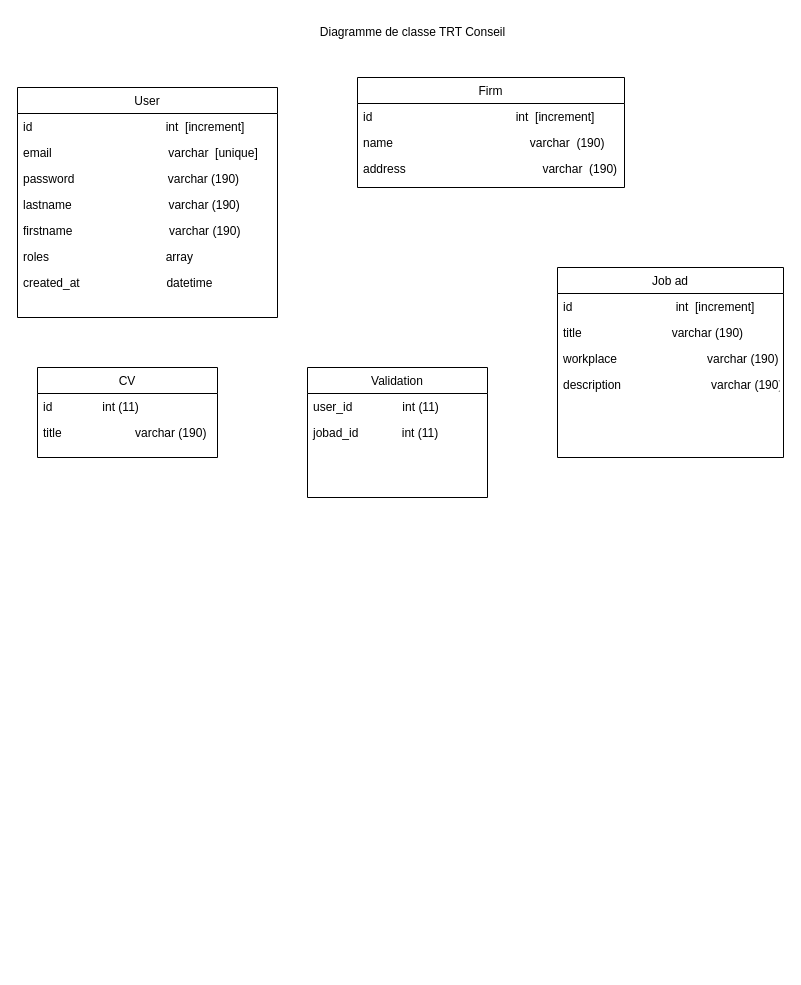
The draw.io diagram TRT Conseil/diag_de_classe_trt.drawio in cyrisa02/diagrammes-UML, before the edit. Source tidied: cells renumbered, new cells numbered last; positions are measured from the earlier drawing's top-left corner, leaving out a move shared by most shapes. Both pictures are drawn from the tidied source at 100%, with x=0, y=0 at pixel (17, 17).
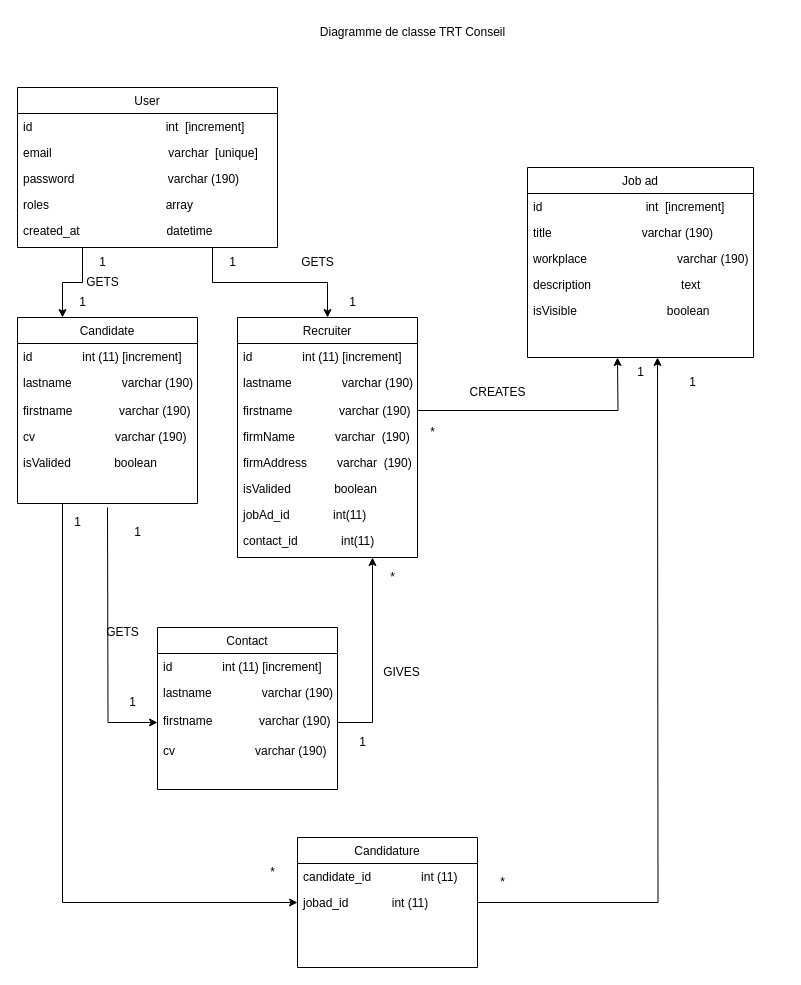
The same diagram, later.

What changed in the source:
```diff
@@
+    <mxCell id="26" style="edgeStyle=orthogonalEdgeStyle;rounded=0;jettySize=auto;html=1;exitX=0.25;exitY=1;exitDx=0;exitDy=0;entryX=0.25;entryY=0;entryDx=0;entryDy=0;" parent="1" edge="1" source="2" target="20">
+      <mxGeometry relative="1" as="geometry" />
+    </mxCell>
+    <mxCell id="27" style="edgeStyle=orthogonalEdgeStyle;rounded=0;jettySize=auto;html=1;exitX=0.75;exitY=1;exitDx=0;exitDy=0;entryX=0.5;entryY=0;entryDx=0;entryDy=0;" parent="1" edge="1" source="2" target="33">
+      <mxGeometry relative="1" as="geometry" />
+    </mxCell>
     <mxCell id="2" value="User" style="swimlane;fontStyle=0;align=center;verticalAlign=top;horizontal=1;startSize=26;rounded=0;shadow=0;strokeWidth=1;" parent="1" vertex="1">
-      <mxGeometry y="70" width="260" height="230" as="geometry" />
+      <mxGeometry y="70" width="260" height="160" as="geometry" />
     </mxCell>
@@
-    <mxCell id="6" value="lastname                             varchar (190)" style="text;align=left;verticalAlign=top;spacingLeft=4;spacingRight=4;overflow=hidden;" parent="2" vertex="1">
-      <mxGeometry y="104" width="260" height="26" as="geometry" />
-    </mxCell>
-    <mxCell id="7" value="firstname                             varchar (190)" style="text;align=left;verticalAlign=top;spacingLeft=4;spacingRight=4;overflow=hidden;" parent="2" vertex="1">
-      <mxGeometry y="130" width="260" height="26" as="geometry" />
-    </mxCell>
     <mxCell id="8" value="roles                                   array" style="text;align=left;verticalAlign=top;spacingLeft=4;spacingRight=4;overflow=hidden;" parent="2" vertex="1">
-      <mxGeometry y="156" width="260" height="26" as="geometry" />
+      <mxGeometry y="104" width="260" height="26" as="geometry" />
     </mxCell>
     <mxCell id="9" value="created_at                          datetime" style="text;align=left;verticalAlign=top;spacingLeft=4;spacingRight=4;overflow=hidden;" parent="2" vertex="1">
-      <mxGeometry y="182" width="260" height="26" as="geometry" />
+      <mxGeometry y="130" width="260" height="26" as="geometry" />
     </mxCell>
-    <mxCell id="10" value="Firm" style="swimlane;fontStyle=0;align=center;verticalAlign=top;horizontal=1;startSize=26;rounded=0;shadow=0;strokeWidth=1;" parent="1" vertex="1">
-      <mxGeometry x="340" y="60" width="267" height="110" as="geometry" />
-    </mxCell>
-    <mxCell id="11" value="id                                           int  [increment]" style="text;align=left;verticalAlign=top;spacingLeft=4;spacingRight=4;overflow=hidden;" parent="10" vertex="1">
-      <mxGeometry y="26" width="267" height="26" as="geometry" />
-    </mxCell>
-    <mxCell id="12" value="name                                         varchar  (190)" style="text;align=left;verticalAlign=top;spacingLeft=4;spacingRight=4;overflow=hidden;" parent="10" vertex="1">
-      <mxGeometry y="52" width="267" height="26" as="geometry" />
-    </mxCell>
-    <mxCell id="13" value="address                                         varchar  (190)" style="text;align=left;verticalAlign=top;spacingLeft=4;spacingRight=4;overflow=hidden;" parent="10" vertex="1">
-      <mxGeometry y="78" width="267" height="26" as="geometry" />
-    </mxCell>
     <mxCell id="14" value="Job ad" style="swimlane;fontStyle=0;align=center;verticalAlign=top;horizontal=1;startSize=26;rounded=0;shadow=0;strokeWidth=1;" parent="1" vertex="1">
-      <mxGeometry x="540" y="250" width="226" height="190" as="geometry" />
+      <mxGeometry x="510" y="150" width="226" height="190" as="geometry" />
     </mxCell>
@@
-    <mxCell id="18" value="description                           varchar (190)" style="text;align=left;verticalAlign=top;spacingLeft=4;spacingRight=4;overflow=hidden;" parent="14" vertex="1">
+    <mxCell id="18" value="description                           text" style="text;align=left;verticalAlign=top;spacingLeft=4;spacingRight=4;overflow=hidden;" parent="14" vertex="1">
       <mxGeometry y="104" width="226" height="26" as="geometry" />
     </mxCell>
+    <mxCell id="28" value="isVisible                           boolean" style="text;align=left;verticalAlign=top;spacingLeft=4;spacingRight=4;overflow=hidden;" parent="14" vertex="1">
+      <mxGeometry y="130" width="226" height="26" as="geometry" />
+    </mxCell>
@@
+    <mxCell id="29" style="edgeStyle=orthogonalEdgeStyle;rounded=0;jettySize=auto;html=1;entryX=0;entryY=0.5;entryDx=0;entryDy=0;fontSize=36;" parent="1" edge="1" target="43">
+      <mxGeometry relative="1" as="geometry">
+        <mxPoint x="90" y="490" as="sourcePoint" />
+      </mxGeometry>
+    </mxCell>
+    <mxCell id="30" style="edgeStyle=orthogonalEdgeStyle;rounded=0;jettySize=auto;html=1;exitX=0.25;exitY=1;exitDx=0;exitDy=0;fontSize=36;entryX=0;entryY=0.5;entryDx=0;entryDy=0;" parent="1" edge="1" source="20" target="25">
+      <mxGeometry relative="1" as="geometry" />
+    </mxCell>
-    <mxCell id="20" value="CV" style="swimlane;fontStyle=0;align=center;verticalAlign=top;horizontal=1;startSize=26;rounded=0;shadow=0;strokeWidth=1;" parent="1" vertex="1">
-      <mxGeometry x="20" y="350" width="180" height="90" as="geometry" />
+    <mxCell id="20" value="Candidate" style="swimlane;fontStyle=0;align=center;verticalAlign=top;horizontal=1;startSize=26;rounded=0;shadow=0;strokeWidth=1;" parent="1" vertex="1">
+      <mxGeometry y="300" width="180" height="186" as="geometry" />
     </mxCell>
-    <mxCell id="21" value="id               int (11)" style="text;align=left;verticalAlign=top;spacingLeft=4;spacingRight=4;overflow=hidden;" parent="20" vertex="1">
+    <mxCell id="21" value="id               int (11) [increment]" style="text;align=left;verticalAlign=top;spacingLeft=4;spacingRight=4;overflow=hidden;" parent="20" vertex="1">
       <mxGeometry y="26" width="180" height="26" as="geometry" />
     </mxCell>
-    <mxCell id="22" value="title                      varchar (190)" style="text;align=left;verticalAlign=top;spacingLeft=4;spacingRight=4;overflow=hidden;" parent="20" vertex="1">
-      <mxGeometry y="52" width="180" height="26" as="geometry" />
-    </mxCell>
-    <mxCell id="23" value="Validation" style="swimlane;fontStyle=0;align=center;verticalAlign=top;horizontal=1;startSize=26;rounded=0;shadow=0;strokeWidth=1;" parent="1" vertex="1">
-      <mxGeometry x="290" y="350" width="180" height="130" as="geometry" />
-    </mxCell>
-    <mxCell id="24" value="user_id               int (11)" style="text;align=left;verticalAlign=top;spacingLeft=4;spacingRight=4;overflow=hidden;" parent="23" vertex="1">
-      <mxGeometry y="26" width="180" height="26" as="geometry" />
-    </mxCell>
+    <mxCell id="6" value="lastname               varchar (190)" style="text;align=left;verticalAlign=top;spacingLeft=4;spacingRight=4;overflow=hidden;" parent="20" vertex="1">
+      <mxGeometry y="52" width="180" height="28" as="geometry" />
+    </mxCell>
+    <mxCell id="7" value="firstname              varchar (190)" style="text;align=left;verticalAlign=top;spacingLeft=4;spacingRight=4;overflow=hidden;" parent="20" vertex="1">
+      <mxGeometry y="80" width="180" height="26" as="geometry" />
+    </mxCell>
+    <mxCell id="31" value="cv                        varchar (190)" style="text;align=left;verticalAlign=top;spacingLeft=4;spacingRight=4;overflow=hidden;" parent="20" vertex="1">
+      <mxGeometry y="106" width="180" height="26" as="geometry" />
+    </mxCell>
+    <mxCell id="32" value="isValided             boolean" style="text;align=left;verticalAlign=top;spacingLeft=4;spacingRight=4;overflow=hidden;" parent="20" vertex="1">
+      <mxGeometry y="132" width="180" height="26" as="geometry" />
+    </mxCell>
+    <mxCell id="33" value="Recruiter" style="swimlane;fontStyle=0;align=center;verticalAlign=top;horizontal=1;startSize=26;rounded=0;shadow=0;strokeWidth=1;" parent="1" vertex="1">
+      <mxGeometry x="220" y="300" width="180" height="240" as="geometry" />
+    </mxCell>
+    <mxCell id="34" value="id               int (11) [increment]" style="text;align=left;verticalAlign=top;spacingLeft=4;spacingRight=4;overflow=hidden;" parent="33" vertex="1">
+      <mxGeometry y="26" width="180" height="26" as="geometry" />
+    </mxCell>
+    <mxCell id="35" value="lastname               varchar (190)" style="text;align=left;verticalAlign=top;spacingLeft=4;spacingRight=4;overflow=hidden;" parent="33" vertex="1">
+      <mxGeometry y="52" width="180" height="28" as="geometry" />
+    </mxCell>
+    <mxCell id="36" value="firstname              varchar (190)" style="text;align=left;verticalAlign=top;spacingLeft=4;spacingRight=4;overflow=hidden;points=[[0,0.5],[1,0.5]];portConstraint=eastwest;" parent="33" vertex="1">
+      <mxGeometry y="80" width="180" height="26" as="geometry" />
+    </mxCell>
+    <mxCell id="12" value="firmName            varchar  (190)" style="text;align=left;verticalAlign=top;spacingLeft=4;spacingRight=4;overflow=hidden;" parent="33" vertex="1">
+      <mxGeometry y="106" width="180" height="26" as="geometry" />
+    </mxCell>
+    <mxCell id="13" value="firmAddress         varchar  (190)" style="text;align=left;verticalAlign=top;spacingLeft=4;spacingRight=4;overflow=hidden;" parent="33" vertex="1">
+      <mxGeometry y="132" width="180" height="26" as="geometry" />
+    </mxCell>
+    <mxCell id="37" value="isValided             boolean" style="text;align=left;verticalAlign=top;spacingLeft=4;spacingRight=4;overflow=hidden;" parent="33" vertex="1">
+      <mxGeometry y="158" width="180" height="26" as="geometry" />
+    </mxCell>
+    <mxCell id="38" value="jobAd_id             int(11)" style="text;align=left;verticalAlign=top;spacingLeft=4;spacingRight=4;overflow=hidden;" parent="33" vertex="1">
+      <mxGeometry y="184" width="180" height="26" as="geometry" />
+    </mxCell>
+    <mxCell id="39" value="contact_id             int(11)" style="text;align=left;verticalAlign=top;spacingLeft=4;spacingRight=4;overflow=hidden;" parent="33" vertex="1">
+      <mxGeometry y="210" width="180" height="26" as="geometry" />
+    </mxCell>
+    <mxCell id="40" value="Contact" style="swimlane;fontStyle=0;align=center;verticalAlign=top;horizontal=1;startSize=26;rounded=0;shadow=0;strokeWidth=1;" parent="1" vertex="1">
+      <mxGeometry x="140" y="610" width="180" height="162" as="geometry" />
+    </mxCell>
+    <mxCell id="41" value="id               int (11) [increment]" style="text;align=left;verticalAlign=top;spacingLeft=4;spacingRight=4;overflow=hidden;" parent="40" vertex="1">
+      <mxGeometry y="26" width="180" height="26" as="geometry" />
+    </mxCell>
+    <mxCell id="42" value="lastname               varchar (190)" style="text;align=left;verticalAlign=top;spacingLeft=4;spacingRight=4;overflow=hidden;" parent="40" vertex="1">
+      <mxGeometry y="52" width="180" height="28" as="geometry" />
+    </mxCell>
+    <mxCell id="43" value="firstname              varchar (190)" style="text;align=left;verticalAlign=top;spacingLeft=4;spacingRight=4;overflow=hidden;points=[[0,0.5],[1,0.5]];portConstraint=eastwest;" parent="40" vertex="1">
+      <mxGeometry y="80" width="180" height="30" as="geometry" />
+    </mxCell>
+    <mxCell id="44" value="cv                        varchar (190)" style="text;align=left;verticalAlign=top;spacingLeft=4;spacingRight=4;overflow=hidden;" parent="40" vertex="1">
+      <mxGeometry y="110" width="180" height="26" as="geometry" />
+    </mxCell>
+    <mxCell id="45" value="1" style="text;html=1;align=center;verticalAlign=middle;fillColor=none;strokeColor=none;rounded=0;" parent="1" vertex="1">
+      <mxGeometry x="50" y="270" width="30" height="30" as="geometry" />
+    </mxCell>
+    <mxCell id="46" value="1" style="text;html=1;align=center;verticalAlign=middle;fillColor=none;strokeColor=none;rounded=0;" parent="1" vertex="1">
+      <mxGeometry x="200" y="230" width="30" height="30" as="geometry" />
+    </mxCell>
+    <mxCell id="47" value="1" style="text;html=1;align=center;verticalAlign=middle;fillColor=none;strokeColor=none;rounded=0;" parent="1" vertex="1">
+      <mxGeometry x="70" y="230" width="30" height="30" as="geometry" />
+    </mxCell>
+    <mxCell id="48" value="1" style="text;html=1;align=center;verticalAlign=middle;fillColor=none;strokeColor=none;rounded=0;" parent="1" vertex="1">
+      <mxGeometry x="320" y="270" width="30" height="30" as="geometry" />
+    </mxCell>
+    <mxCell id="49" style="edgeStyle=orthogonalEdgeStyle;rounded=0;jettySize=auto;html=1;exitX=1;exitY=0.5;exitDx=0;exitDy=0;fontSize=36;" parent="1" edge="1" source="36">
+      <mxGeometry relative="1" as="geometry">
+        <mxPoint x="600" y="340" as="targetPoint" />
+      </mxGeometry>
+    </mxCell>
+    <mxCell id="50" value="1" style="text;html=1;align=center;verticalAlign=middle;fillColor=none;strokeColor=none;rounded=0;" parent="1" vertex="1">
+      <mxGeometry x="608" y="340" width="30" height="30" as="geometry" />
+    </mxCell>
+    <mxCell id="51" value="*" style="text;html=1;align=center;verticalAlign=middle;fillColor=none;strokeColor=none;rounded=0;" parent="1" vertex="1">
+      <mxGeometry x="400" y="400" width="30" height="30" as="geometry" />
+    </mxCell>
+    <mxCell id="52" value="1" style="text;html=1;align=center;verticalAlign=middle;fillColor=none;strokeColor=none;rounded=0;" parent="1" vertex="1">
+      <mxGeometry x="105" y="500" width="30" height="30" as="geometry" />
+    </mxCell>
+    <mxCell id="53" value="1" style="text;html=1;align=center;verticalAlign=middle;fillColor=none;strokeColor=none;rounded=0;" parent="1" vertex="1">
+      <mxGeometry x="100" y="670" width="30" height="30" as="geometry" />
+    </mxCell>
+    <mxCell id="54" style="edgeStyle=orthogonalEdgeStyle;rounded=0;jettySize=auto;html=1;exitX=1;exitY=0.5;exitDx=0;exitDy=0;entryX=0.75;entryY=1;entryDx=0;entryDy=0;fontSize=36;" parent="1" edge="1" source="43" target="33">
+      <mxGeometry relative="1" as="geometry" />
+    </mxCell>
+    <mxCell id="55" value="1" style="text;html=1;align=center;verticalAlign=middle;fillColor=none;strokeColor=none;rounded=0;" parent="1" vertex="1">
+      <mxGeometry x="330" y="710" width="30" height="30" as="geometry" />
+    </mxCell>
+    <mxCell id="56" value="*" style="text;html=1;align=center;verticalAlign=middle;fillColor=none;strokeColor=none;rounded=0;" parent="1" vertex="1">
+      <mxGeometry x="360" y="545" width="30" height="30" as="geometry" />
+    </mxCell>
+    <mxCell id="57" value="Candidature" style="swimlane;fontStyle=0;align=center;verticalAlign=top;horizontal=1;startSize=26;rounded=0;shadow=0;strokeWidth=1;" parent="1" vertex="1">
+      <mxGeometry x="280" y="820" width="180" height="130" as="geometry" />
+    </mxCell>
+    <mxCell id="58" value="candidate_id               int (11)" style="text;align=left;verticalAlign=top;spacingLeft=4;spacingRight=4;overflow=hidden;" parent="57" vertex="1">
+      <mxGeometry y="26" width="180" height="26" as="geometry" />
+    </mxCell>
-    <mxCell id="25" value="jobad_id             int (11)" style="text;align=left;verticalAlign=top;spacingLeft=4;spacingRight=4;overflow=hidden;points=[[0,0.5],[1,0.5]];portConstraint=eastwest;" parent="23" vertex="1">
+    <mxCell id="25" value="jobad_id             int (11)" style="text;align=left;verticalAlign=top;spacingLeft=4;spacingRight=4;overflow=hidden;points=[[0,0.5],[1,0.5]];portConstraint=eastwest;" parent="57" vertex="1">
       <mxGeometry y="52" width="180" height="26" as="geometry" />
     </mxCell>
+    <mxCell id="59" style="edgeStyle=orthogonalEdgeStyle;rounded=0;jettySize=auto;html=1;exitX=1;exitY=0.5;exitDx=0;exitDy=0;fontSize=36;" parent="1" edge="1" source="25">
+      <mxGeometry relative="1" as="geometry">
+        <mxPoint x="640" y="340" as="targetPoint" />
+      </mxGeometry>
+    </mxCell>
+    <mxCell id="60" value="GETS" style="text;html=1;align=center;verticalAlign=middle;fillColor=none;strokeColor=none;rounded=0;" parent="1" vertex="1">
+      <mxGeometry x="55" y="250" width="60" height="30" as="geometry" />
+    </mxCell>
+    <mxCell id="61" value="GETS" style="text;html=1;align=center;verticalAlign=middle;fillColor=none;strokeColor=none;rounded=0;" parent="1" vertex="1">
+      <mxGeometry x="270" y="230" width="60" height="30" as="geometry" />
+    </mxCell>
+    <mxCell id="62" value="CREATES" style="text;html=1;align=center;verticalAlign=middle;fillColor=none;strokeColor=none;rounded=0;" parent="1" vertex="1">
+      <mxGeometry x="440" y="360" width="80" height="30" as="geometry" />
+    </mxCell>
+    <mxCell id="63" value="GETS" style="text;html=1;align=center;verticalAlign=middle;fillColor=none;strokeColor=none;rounded=0;" parent="1" vertex="1">
+      <mxGeometry x="75" y="600" width="60" height="30" as="geometry" />
+    </mxCell>
+    <mxCell id="64" value="GIVES" style="text;html=1;align=center;verticalAlign=middle;fillColor=none;strokeColor=none;rounded=0;" parent="1" vertex="1">
+      <mxGeometry x="354" y="640" width="60" height="30" as="geometry" />
+    </mxCell>
+    <mxCell id="65" value="1" style="text;html=1;align=center;verticalAlign=middle;fillColor=none;strokeColor=none;rounded=0;" parent="1" vertex="1">
+      <mxGeometry x="45" y="490" width="30" height="30" as="geometry" />
+    </mxCell>
+    <mxCell id="66" value="1" style="text;html=1;align=center;verticalAlign=middle;fillColor=none;strokeColor=none;rounded=0;" parent="1" vertex="1">
+      <mxGeometry x="660" y="350" width="30" height="30" as="geometry" />
+    </mxCell>
+    <mxCell id="67" value="*" style="text;html=1;align=center;verticalAlign=middle;fillColor=none;strokeColor=none;rounded=0;" parent="1" vertex="1">
+      <mxGeometry x="240" y="840" width="30" height="30" as="geometry" />
+    </mxCell>
+    <mxCell id="68" value="*" style="text;html=1;align=center;verticalAlign=middle;fillColor=none;strokeColor=none;rounded=0;" parent="1" vertex="1">
+      <mxGeometry x="470" y="850" width="30" height="30" as="geometry" />
+    </mxCell>
```
